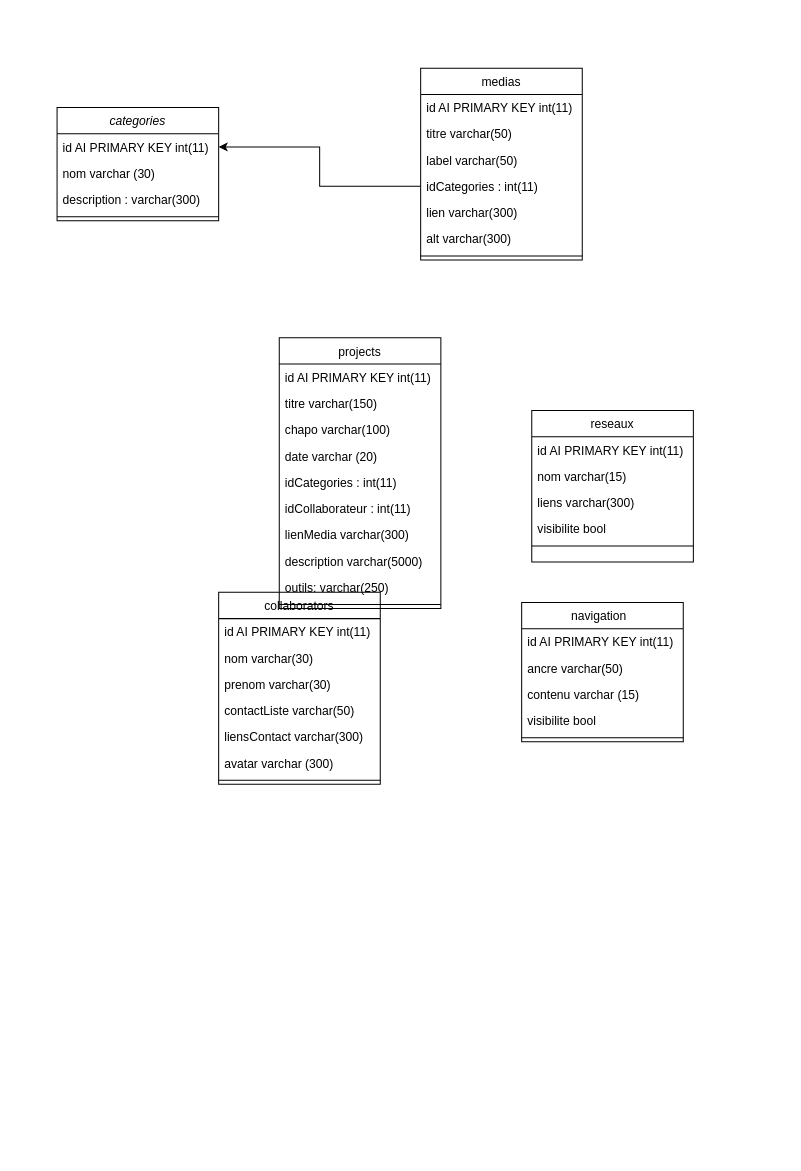
benam-amin/portfolio-back-offce keeps this draw.io diagram as MODELISATION.drawio. Above is the earlier version. Source tidied: cells renumbered, new cells numbered last; positions are measured from the earlier drawing's top-left corner, leaving out a move shared by most shapes. Both pictures are drawn from the tidied source at 101%, with x=0, y=0 at pixel (57, 68).
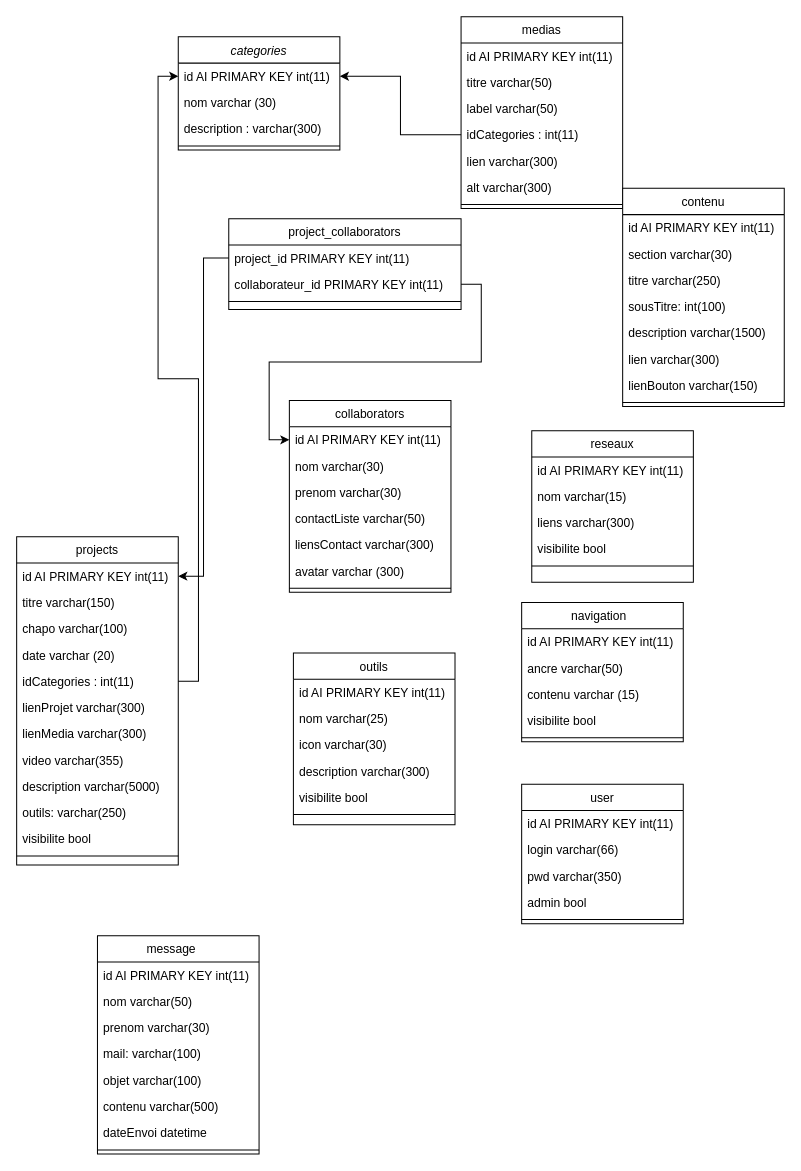
The same diagram, later.

The change refers to these unchanged cells:
```xml
<mxCell id="3" value="id AI PRIMARY KEY int(11)" style="text;align=left;verticalAlign=top;spacingLeft=4;spacingRight=4;overflow=hidden;points=[[0,0.5],[1,0.5]];portConstraint=eastwest;" parent="2" vertex="1">
  <mxGeometry y="26" width="160" height="26" as="geometry" />
</mxCell>
<mxCell id="14" value="id AI PRIMARY KEY int(11)" style="text;align=left;verticalAlign=top;spacingLeft=4;spacingRight=4;overflow=hidden;points=[[0,0.5],[1,0.5]];portConstraint=eastwest;" parent="13" vertex="1">
  <mxGeometry y="26" width="160" height="26" as="geometry" />
</mxCell>
<mxCell id="37" value="id AI PRIMARY KEY int(11)" style="text;align=left;verticalAlign=top;spacingLeft=4;spacingRight=4;overflow=hidden;points=[[0,0.5],[1,0.5]];portConstraint=eastwest;" parent="36" vertex="1">
  <mxGeometry y="26" width="160" height="26" as="geometry" />
</mxCell>
<mxCell id="41" value="idCategories : int(11)" style="text;align=left;verticalAlign=top;spacingLeft=4;spacingRight=4;overflow=hidden;points=[[0,0.5],[1,0.5]];portConstraint=eastwest;rounded=0;shadow=0;html=0;" parent="36" vertex="1">
  <mxGeometry y="130" width="160" height="26" as="geometry" />
</mxCell>
```

What changed in the source:
```diff
@@
     <mxCell id="2" value="categories" style="swimlane;fontStyle=2;align=center;verticalAlign=top;horizontal=1;startSize=26;rounded=0;shadow=0;strokeWidth=1;" parent="1" vertex="1">
-      <mxGeometry y="39" width="160" height="112" as="geometry" />
+      <mxGeometry x="120" y="-31" width="160" height="112" as="geometry" />
     </mxCell>
@@
     <mxCell id="13" value="collaborators" style="swimlane;fontStyle=0;align=center;verticalAlign=top;horizontal=1;startSize=26;rounded=0;shadow=0;strokeWidth=1;" parent="1" vertex="1">
-      <mxGeometry x="160" y="519" width="160" height="190" as="geometry" />
+      <mxGeometry x="230" y="329" width="160" height="190" as="geometry" />
     </mxCell>
@@
     <mxCell id="21" value="medias" style="swimlane;fontStyle=0;align=center;verticalAlign=top;horizontal=1;startSize=26;rounded=0;shadow=0;strokeWidth=1;" parent="1" vertex="1">
-      <mxGeometry x="360" width="160" height="190" as="geometry" />
+      <mxGeometry x="400" y="-51" width="160" height="190" as="geometry" />
     </mxCell>
@@
     <mxCell id="30" value="reseaux" style="swimlane;fontStyle=0;align=center;verticalAlign=top;horizontal=1;startSize=26;rounded=0;shadow=0;strokeWidth=1;" parent="1" vertex="1">
-      <mxGeometry x="470" y="339" width="160" height="150" as="geometry" />
+      <mxGeometry x="470" y="359" width="160" height="150" as="geometry" />
     </mxCell>
@@
     <mxCell id="36" value="projects" style="swimlane;fontStyle=0;align=center;verticalAlign=top;horizontal=1;startSize=26;rounded=0;shadow=0;strokeWidth=1;" parent="1" vertex="1">
-      <mxGeometry x="220" y="267" width="160" height="268" as="geometry" />
+      <mxGeometry x="-40" y="464" width="160" height="325" as="geometry" />
     </mxCell>
@@
-    <mxCell id="42" value="idCollaborateur : int(11)" style="text;align=left;verticalAlign=top;spacingLeft=4;spacingRight=4;overflow=hidden;rounded=0;shadow=0;html=0;" parent="36" vertex="1">
+    <mxCell id="42" value="lienProjet varchar(300)" style="text;align=left;verticalAlign=top;spacingLeft=4;spacingRight=4;overflow=hidden;rounded=0;shadow=0;html=0;" parent="36" vertex="1">
       <mxGeometry y="156" width="160" height="26" as="geometry" />
     </mxCell>
@@
+    <mxCell id="47" value="video varchar(355)" style="text;align=left;verticalAlign=top;spacingLeft=4;spacingRight=4;overflow=hidden;rounded=0;shadow=0;html=0;" parent="36" vertex="1">
+      <mxGeometry y="208" width="160" height="26" as="geometry" />
+    </mxCell>
     <mxCell id="44" value="description varchar(5000)" style="text;align=left;verticalAlign=top;spacingLeft=4;spacingRight=4;overflow=hidden;rounded=0;shadow=0;html=0;" parent="36" vertex="1">
-      <mxGeometry y="208" width="160" height="26" as="geometry" />
+      <mxGeometry y="234" width="160" height="26" as="geometry" />
     </mxCell>
     <mxCell id="45" value="outils: varchar(250)" style="text;align=left;verticalAlign=top;spacingLeft=4;spacingRight=4;overflow=hidden;rounded=0;shadow=0;html=0;" parent="36" vertex="1">
-      <mxGeometry y="234" width="160" height="26" as="geometry" />
+      <mxGeometry y="260" width="160" height="26" as="geometry" />
     </mxCell>
+    <mxCell id="48" value="visibilite bool" style="text;align=left;verticalAlign=top;spacingLeft=4;spacingRight=4;overflow=hidden;rounded=0;shadow=0;html=0;" parent="36" vertex="1">
+      <mxGeometry y="286" width="160" height="26" as="geometry" />
+    </mxCell>
     <mxCell id="46" style="line;html=1;strokeWidth=1;align=left;verticalAlign=middle;spacingTop=-1;spacingLeft=3;spacingRight=3;labelPosition=right;" parent="36" vertex="1">
-      <mxGeometry y="260" width="160" height="8" as="geometry" />
+      <mxGeometry y="312" width="160" height="8" as="geometry" />
     </mxCell>
+    <mxCell id="49" style="edgeStyle=orthogonalEdgeStyle;rounded=0;jettySize=auto;html=1;entryX=0;entryY=0.5;entryDx=0;entryDy=0;" parent="1" edge="1" source="41" target="3">
+      <mxGeometry relative="1" as="geometry" />
+    </mxCell>
+    <mxCell id="50" value="project_collaborators" style="swimlane;fontStyle=0;align=center;verticalAlign=top;horizontal=1;startSize=26;rounded=0;shadow=0;strokeWidth=1;" parent="1" vertex="1">
+      <mxGeometry x="170" y="149" width="230" height="90" as="geometry" />
+    </mxCell>
+    <mxCell id="51" value="project_id PRIMARY KEY int(11)" style="text;align=left;verticalAlign=top;spacingLeft=4;spacingRight=4;overflow=hidden;points=[[0,0.5],[1,0.5]];portConstraint=eastwest;" parent="50" vertex="1">
+      <mxGeometry y="26" width="230" height="26" as="geometry" />
+    </mxCell>
+    <mxCell id="52" value="collaborateur_id PRIMARY KEY int(11)" style="text;align=left;verticalAlign=top;spacingLeft=4;spacingRight=4;overflow=hidden;points=[[0,0.5],[1,0.5]];portConstraint=eastwest;" parent="50" vertex="1">
+      <mxGeometry y="52" width="230" height="26" as="geometry" />
+    </mxCell>
+    <mxCell id="53" style="line;html=1;strokeWidth=1;align=left;verticalAlign=middle;spacingTop=-1;spacingLeft=3;spacingRight=3;labelPosition=right;" parent="50" vertex="1">
+      <mxGeometry y="78" width="230" height="8" as="geometry" />
+    </mxCell>
+    <mxCell id="54" style="edgeStyle=orthogonalEdgeStyle;rounded=0;jettySize=auto;html=1;entryX=1;entryY=0.5;entryDx=0;entryDy=0;" parent="1" edge="1" source="51" target="37">
+      <mxGeometry relative="1" as="geometry" />
+    </mxCell>
+    <mxCell id="55" style="edgeStyle=orthogonalEdgeStyle;rounded=0;jettySize=auto;html=1;entryX=0;entryY=0.5;entryDx=0;entryDy=0;" parent="1" edge="1" source="52" target="14">
+      <mxGeometry relative="1" as="geometry" />
+    </mxCell>
+    <mxCell id="56" value="user" style="swimlane;fontStyle=0;align=center;verticalAlign=top;horizontal=1;startSize=26;rounded=0;shadow=0;strokeWidth=1;" parent="1" vertex="1">
+      <mxGeometry x="460" y="709" width="160" height="138" as="geometry" />
+    </mxCell>
+    <mxCell id="57" value="id AI PRIMARY KEY int(11)" style="text;align=left;verticalAlign=top;spacingLeft=4;spacingRight=4;overflow=hidden;rounded=0;shadow=0;html=0;" parent="56" vertex="1">
+      <mxGeometry y="26" width="160" height="26" as="geometry" />
+    </mxCell>
+    <mxCell id="58" value="login varchar(66)" style="text;align=left;verticalAlign=top;spacingLeft=4;spacingRight=4;overflow=hidden;rounded=0;shadow=0;html=0;" parent="56" vertex="1">
+      <mxGeometry y="52" width="160" height="26" as="geometry" />
+    </mxCell>
+    <mxCell id="59" value="pwd varchar(350)" style="text;align=left;verticalAlign=top;spacingLeft=4;spacingRight=4;overflow=hidden;rounded=0;shadow=0;html=0;" parent="56" vertex="1">
+      <mxGeometry y="78" width="160" height="26" as="geometry" />
+    </mxCell>
+    <mxCell id="60" value="admin bool" style="text;align=left;verticalAlign=top;spacingLeft=4;spacingRight=4;overflow=hidden;rounded=0;shadow=0;html=0;" parent="56" vertex="1">
+      <mxGeometry y="104" width="160" height="26" as="geometry" />
+    </mxCell>
+    <mxCell id="61" style="line;html=1;strokeWidth=1;align=left;verticalAlign=middle;spacingTop=-1;spacingLeft=3;spacingRight=3;labelPosition=right;" parent="56" vertex="1">
+      <mxGeometry y="130" width="160" height="8" as="geometry" />
+    </mxCell>
+    <mxCell id="62" value="contenu" style="swimlane;fontStyle=0;align=center;verticalAlign=top;horizontal=1;startSize=26;rounded=0;shadow=0;strokeWidth=1;" parent="1" vertex="1">
+      <mxGeometry x="560" y="119" width="160" height="216" as="geometry" />
+    </mxCell>
+    <mxCell id="63" value="id AI PRIMARY KEY int(11)" style="text;align=left;verticalAlign=top;spacingLeft=4;spacingRight=4;overflow=hidden;" parent="62" vertex="1">
+      <mxGeometry y="26" width="160" height="26" as="geometry" />
+    </mxCell>
+    <mxCell id="64" value="section varchar(30)" style="text;align=left;verticalAlign=top;spacingLeft=4;spacingRight=4;overflow=hidden;rounded=0;shadow=0;html=0;" parent="62" vertex="1">
+      <mxGeometry y="52" width="160" height="26" as="geometry" />
+    </mxCell>
+    <mxCell id="65" value="titre varchar(250)" style="text;align=left;verticalAlign=top;spacingLeft=4;spacingRight=4;overflow=hidden;rounded=0;shadow=0;html=0;" parent="62" vertex="1">
+      <mxGeometry y="78" width="160" height="26" as="geometry" />
+    </mxCell>
+    <mxCell id="66" value="sousTitre: int(100)" style="text;align=left;verticalAlign=top;spacingLeft=4;spacingRight=4;overflow=hidden;rounded=0;shadow=0;html=0;" parent="62" vertex="1">
+      <mxGeometry y="104" width="160" height="26" as="geometry" />
+    </mxCell>
+    <mxCell id="67" value="description varchar(1500)" style="text;align=left;verticalAlign=top;spacingLeft=4;spacingRight=4;overflow=hidden;rounded=0;shadow=0;html=0;" parent="62" vertex="1">
+      <mxGeometry y="130" width="160" height="26" as="geometry" />
+    </mxCell>
+    <mxCell id="68" value="lien varchar(300)" style="text;align=left;verticalAlign=top;spacingLeft=4;spacingRight=4;overflow=hidden;rounded=0;shadow=0;html=0;" parent="62" vertex="1">
+      <mxGeometry y="156" width="160" height="26" as="geometry" />
+    </mxCell>
+    <mxCell id="69" value="lienBouton varchar(150)" style="text;align=left;verticalAlign=top;spacingLeft=4;spacingRight=4;overflow=hidden;rounded=0;shadow=0;html=0;" parent="62" vertex="1">
+      <mxGeometry y="182" width="160" height="26" as="geometry" />
+    </mxCell>
+    <mxCell id="70" style="line;html=1;strokeWidth=1;align=left;verticalAlign=middle;spacingTop=-1;spacingLeft=3;spacingRight=3;labelPosition=right;" parent="62" vertex="1">
+      <mxGeometry y="208" width="160" height="8" as="geometry" />
+    </mxCell>
+    <mxCell id="71" value="outils" style="swimlane;fontStyle=0;align=center;verticalAlign=top;horizontal=1;startSize=26;rounded=0;shadow=0;strokeWidth=1;" parent="1" vertex="1">
+      <mxGeometry x="234" y="579" width="160" height="170" as="geometry" />
+    </mxCell>
+    <mxCell id="72" value="id AI PRIMARY KEY int(11)" style="text;align=left;verticalAlign=top;spacingLeft=4;spacingRight=4;overflow=hidden;" parent="71" vertex="1">
+      <mxGeometry y="26" width="160" height="26" as="geometry" />
+    </mxCell>
+    <mxCell id="73" value="nom varchar(25)" style="text;align=left;verticalAlign=top;spacingLeft=4;spacingRight=4;overflow=hidden;" parent="71" vertex="1">
+      <mxGeometry y="52" width="160" height="26" as="geometry" />
+    </mxCell>
+    <mxCell id="74" value="icon varchar(30)" style="text;align=left;verticalAlign=top;spacingLeft=4;spacingRight=4;overflow=hidden;" parent="71" vertex="1">
+      <mxGeometry y="78" width="160" height="26" as="geometry" />
+    </mxCell>
+    <mxCell id="75" value="description varchar(300)" style="text;align=left;verticalAlign=top;spacingLeft=4;spacingRight=4;overflow=hidden;" parent="71" vertex="1">
+      <mxGeometry y="104" width="160" height="26" as="geometry" />
+    </mxCell>
+    <mxCell id="76" value="visibilite bool" style="text;align=left;verticalAlign=top;spacingLeft=4;spacingRight=4;overflow=hidden;" parent="71" vertex="1">
+      <mxGeometry y="130" width="160" height="26" as="geometry" />
+    </mxCell>
+    <mxCell id="77" style="line;html=1;strokeWidth=1;align=left;verticalAlign=middle;spacingTop=-1;spacingLeft=3;spacingRight=3;labelPosition=right;" parent="71" vertex="1">
+      <mxGeometry y="156" width="160" height="8" as="geometry" />
+    </mxCell>
+    <mxCell id="78" value="message    " style="swimlane;fontStyle=0;align=center;verticalAlign=top;horizontal=1;startSize=26;rounded=0;shadow=0;strokeWidth=1;" parent="1" vertex="1">
+      <mxGeometry x="40" y="859" width="160" height="216" as="geometry" />
+    </mxCell>
+    <mxCell id="79" value="id AI PRIMARY KEY int(11)" style="text;align=left;verticalAlign=top;spacingLeft=4;spacingRight=4;overflow=hidden;" parent="78" vertex="1">
+      <mxGeometry y="26" width="160" height="26" as="geometry" />
+    </mxCell>
+    <mxCell id="80" value="nom varchar(50)" style="text;align=left;verticalAlign=top;spacingLeft=4;spacingRight=4;overflow=hidden;rounded=0;shadow=0;html=0;" parent="78" vertex="1">
+      <mxGeometry y="52" width="160" height="26" as="geometry" />
+    </mxCell>
+    <mxCell id="81" value="prenom varchar(30)" style="text;align=left;verticalAlign=top;spacingLeft=4;spacingRight=4;overflow=hidden;rounded=0;shadow=0;html=0;" parent="78" vertex="1">
+      <mxGeometry y="78" width="160" height="26" as="geometry" />
+    </mxCell>
+    <mxCell id="82" value="mail: varchar(100)" style="text;align=left;verticalAlign=top;spacingLeft=4;spacingRight=4;overflow=hidden;rounded=0;shadow=0;html=0;" parent="78" vertex="1">
+      <mxGeometry y="104" width="160" height="26" as="geometry" />
+    </mxCell>
+    <mxCell id="83" value="objet varchar(100)" style="text;align=left;verticalAlign=top;spacingLeft=4;spacingRight=4;overflow=hidden;rounded=0;shadow=0;html=0;" parent="78" vertex="1">
+      <mxGeometry y="130" width="160" height="26" as="geometry" />
+    </mxCell>
+    <mxCell id="84" value="contenu varchar(500)" style="text;align=left;verticalAlign=top;spacingLeft=4;spacingRight=4;overflow=hidden;rounded=0;shadow=0;html=0;" parent="78" vertex="1">
+      <mxGeometry y="156" width="160" height="26" as="geometry" />
+    </mxCell>
+    <mxCell id="85" value="dateEnvoi datetime" style="text;align=left;verticalAlign=top;spacingLeft=4;spacingRight=4;overflow=hidden;rounded=0;shadow=0;html=0;" parent="78" vertex="1">
+      <mxGeometry y="182" width="160" height="26" as="geometry" />
+    </mxCell>
+    <mxCell id="86" style="line;html=1;strokeWidth=1;align=left;verticalAlign=middle;spacingTop=-1;spacingLeft=3;spacingRight=3;labelPosition=right;" parent="78" vertex="1">
+      <mxGeometry y="208" width="160" height="8" as="geometry" />
+    </mxCell>
```
